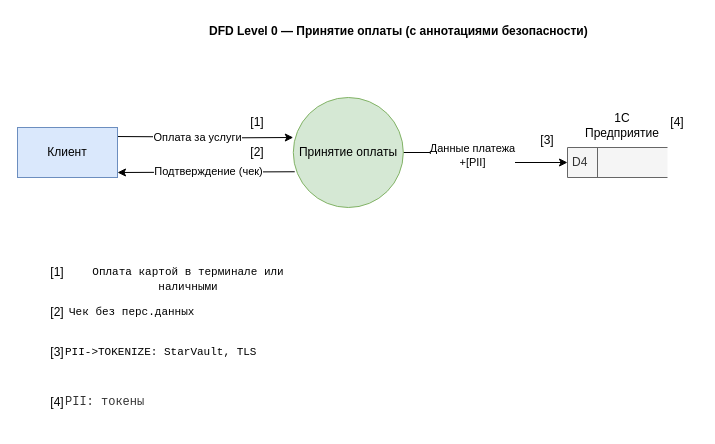
This is Task1/data-flow-cash-acceptance-annotated.drawio from alents/architecture-medikamente, a draw.io file, before an edit. Source tidied: cells renumbered, new cells numbered last; positions are measured from the earlier drawing's top-left corner, leaving out a move shared by most shapes. Both pictures are drawn from the tidied source at 100%, with x=0, y=0 at pixel (17, 17).
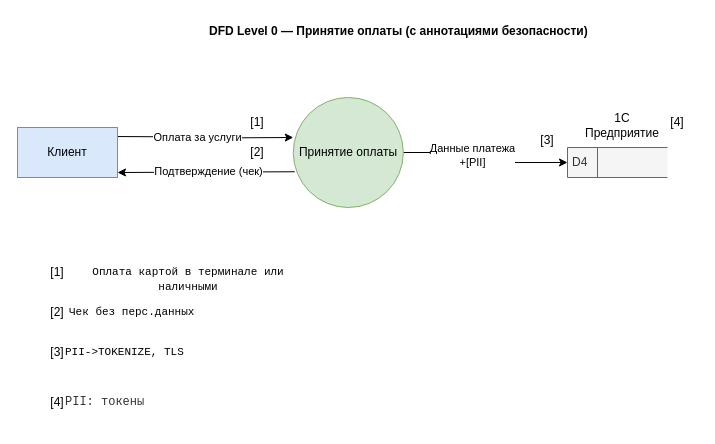
Above is the later version.

The change refers to these unchanged cells:
```xml
<mxCell id="23" style="group;" parent="1" vertex="1">
  <mxGeometry x="20" y="320" width="230" height="40" as="geometry" />
</mxCell>
```

Diff of the diagram source:
```diff
@@
-    <mxCell id="25" value="&lt;div style=&quot;text-align: center;&quot;&gt;&lt;span style=&quot;font-family: &amp;quot;Courier New&amp;quot;; font-size: 11px;&quot;&gt;PII-&amp;gt;TOKENIZE: StarVault, TLS&lt;/span&gt;&lt;/div&gt;" style="text;whiteSpace=wrap;html=1;" parent="23" vertex="1">
+    <mxCell id="25" value="&lt;div style=&quot;text-align: center;&quot;&gt;&lt;span style=&quot;font-family: &amp;quot;Courier New&amp;quot;; font-size: 11px;&quot;&gt;PII-&amp;gt;TOKENIZE, TLS&lt;/span&gt;&lt;/div&gt;" style="text;whiteSpace=wrap;html=1;" parent="23" vertex="1">
       <mxGeometry x="25.6" width="204.4" height="40" as="geometry" />
     </mxCell>
```
